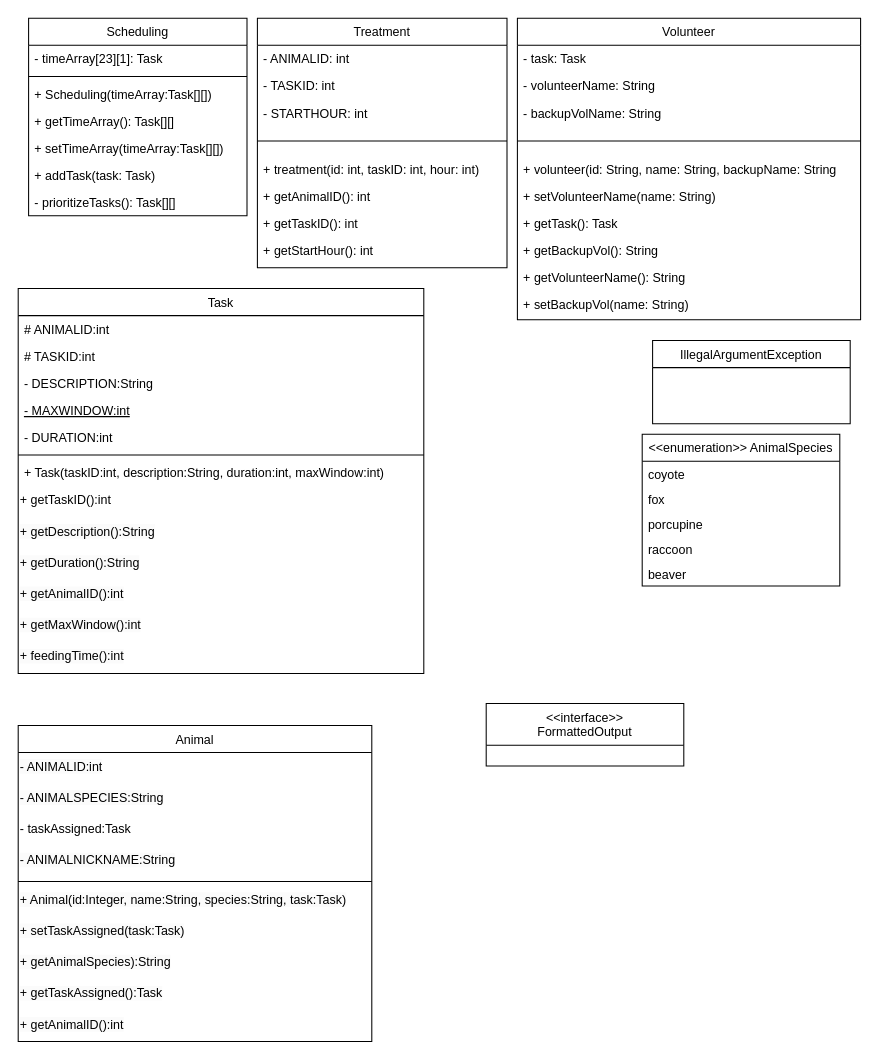
This is Project-UML.drawio from arminsandhu/ZooKeeper-Scheduler, a draw.io file, before an edit. Source tidied: cells renumbered, new cells numbered last; positions are measured from the earlier drawing's top-left corner, leaving out a move shared by most shapes. Both pictures are drawn from the tidied source at 104%, with x=0, y=0 at pixel (18, 18).
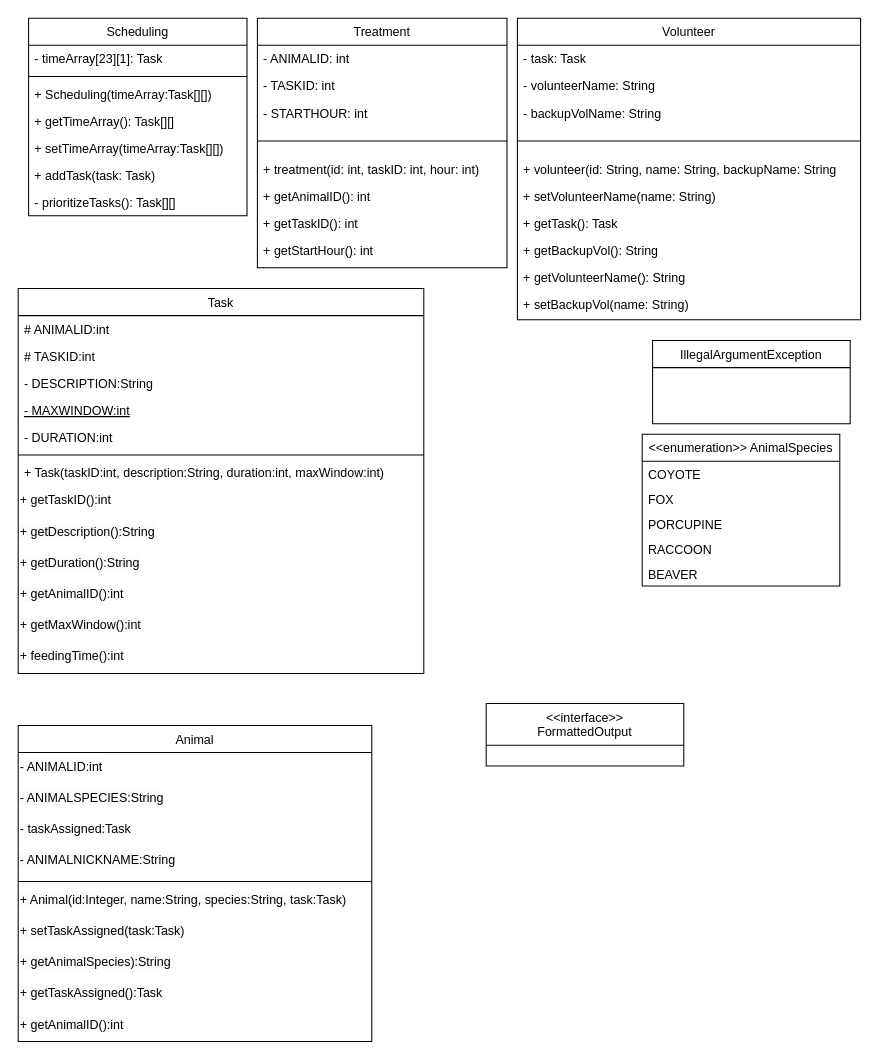
The same diagram, later.

Commit message:
Fixing captialization for enum

The change refers to these unchanged cells:
```xml
<mxCell id="31" value="&lt;&lt;enumeration&gt;&gt; AnimalSpecies" style="swimlane;fontStyle=0;align=center;verticalAlign=top;horizontal=1;startSize=26;rounded=0;shadow=0;strokeWidth=1;" parent="1" vertex="1">
  <mxGeometry x="600" y="400" width="190" height="146" as="geometry" />
</mxCell>
```

Change to the diagram source:
```diff
@@
-    <mxCell id="32" value="coyote" style="text;align=left;verticalAlign=top;spacingLeft=4;spacingRight=4;overflow=hidden;" parent="31" vertex="1">
+    <mxCell id="32" value="COYOTE" style="text;align=left;verticalAlign=top;spacingLeft=4;spacingRight=4;overflow=hidden;" parent="31" vertex="1">
       <mxGeometry y="26" width="190" height="24" as="geometry" />
     </mxCell>
-    <mxCell id="33" value="fox" style="text;align=left;verticalAlign=top;spacingLeft=4;spacingRight=4;overflow=hidden;" parent="31" vertex="1">
+    <mxCell id="33" value="FOX" style="text;align=left;verticalAlign=top;spacingLeft=4;spacingRight=4;overflow=hidden;" parent="31" vertex="1">
       <mxGeometry y="50" width="190" height="24" as="geometry" />
     </mxCell>
-    <mxCell id="34" value="porcupine" style="text;align=left;verticalAlign=top;spacingLeft=4;spacingRight=4;overflow=hidden;" parent="31" vertex="1">
+    <mxCell id="34" value="PORCUPINE" style="text;align=left;verticalAlign=top;spacingLeft=4;spacingRight=4;overflow=hidden;" parent="31" vertex="1">
       <mxGeometry y="74" width="190" height="24" as="geometry" />
     </mxCell>
-    <mxCell id="35" value="raccoon" style="text;align=left;verticalAlign=top;spacingLeft=4;spacingRight=4;overflow=hidden;" parent="31" vertex="1">
+    <mxCell id="35" value="RACCOON" style="text;align=left;verticalAlign=top;spacingLeft=4;spacingRight=4;overflow=hidden;" parent="31" vertex="1">
       <mxGeometry y="98" width="190" height="24" as="geometry" />
     </mxCell>
-    <mxCell id="36" value="beaver" style="text;align=left;verticalAlign=top;spacingLeft=4;spacingRight=4;overflow=hidden;" parent="31" vertex="1">
+    <mxCell id="36" value="BEAVER" style="text;align=left;verticalAlign=top;spacingLeft=4;spacingRight=4;overflow=hidden;" parent="31" vertex="1">
       <mxGeometry y="122" width="190" height="24" as="geometry" />
     </mxCell>
```
